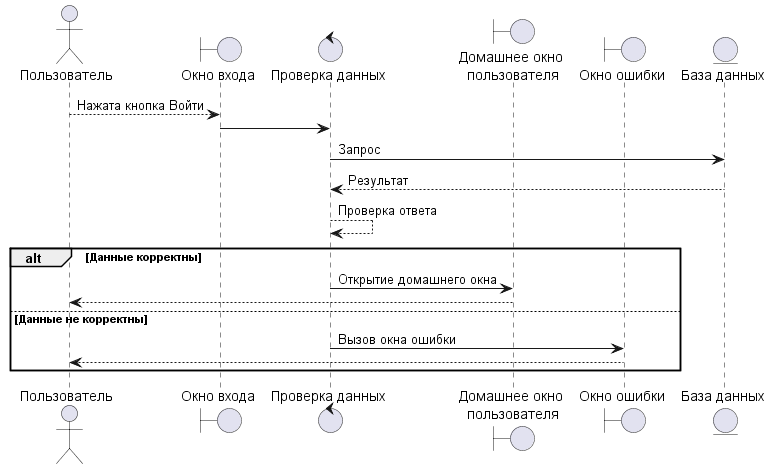
This is UML/out/Posledovatelnosty/PoVhod/PoVhod.wsd.png from Undetaker45/MDKP, a PlantUML export, as it was before one commit. Source of this version:
```plantuml
@startuml PoVhod.wsd

actor "Пользователь" as pl

boundary "Окно входа" as bo

control "Проверка данных" as co

boundary "Домашнее окно\n пользователя" as bom

boundary "Окно ошибки" as bo2

entity "База данных" as en

pl --> bo: Нажата кнопка Войти

bo -> co

co -> en : Запрос

en --> co : Результат

co --> co : Проверка ответа

alt Данные корректны

co -> bom : Открытие домашнего окна

bom --> pl

else Данные не корректны
co -> bo2 : Вызов окна ошибки

bo2 --> pl
end
@enduml
```
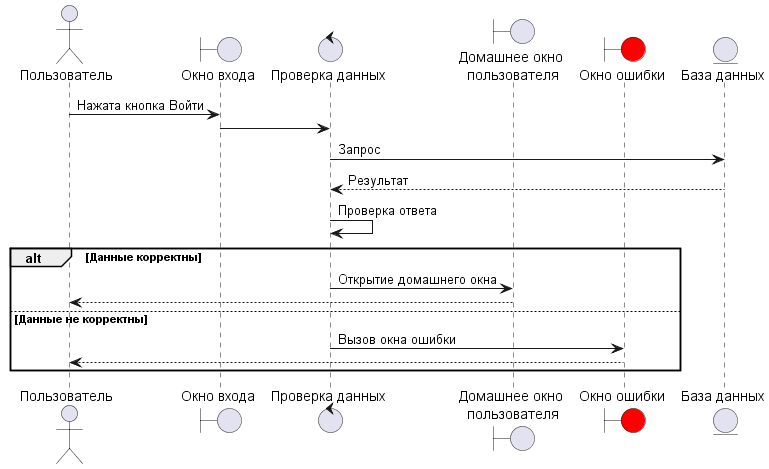
The same file after the commit.

The edit, as a diff of the source:
```diff
@@ -8,11 +8,11 @@
 
 boundary "Домашнее окно\n пользователя" as bom
 
-boundary "Окно ошибки" as bo2
+boundary "Окно ошибки" as bo2 #Red
 
 entity "База данных" as en
 
-pl --> bo: Нажата кнопка Войти
+pl -> bo: Нажата кнопка Войти
 
 bo -> co
 
@@ -20,7 +20,7 @@
 
 en --> co : Результат
 
-co --> co : Проверка ответа
+co -> co : Проверка ответа
 
 alt Данные корректны
 
```
